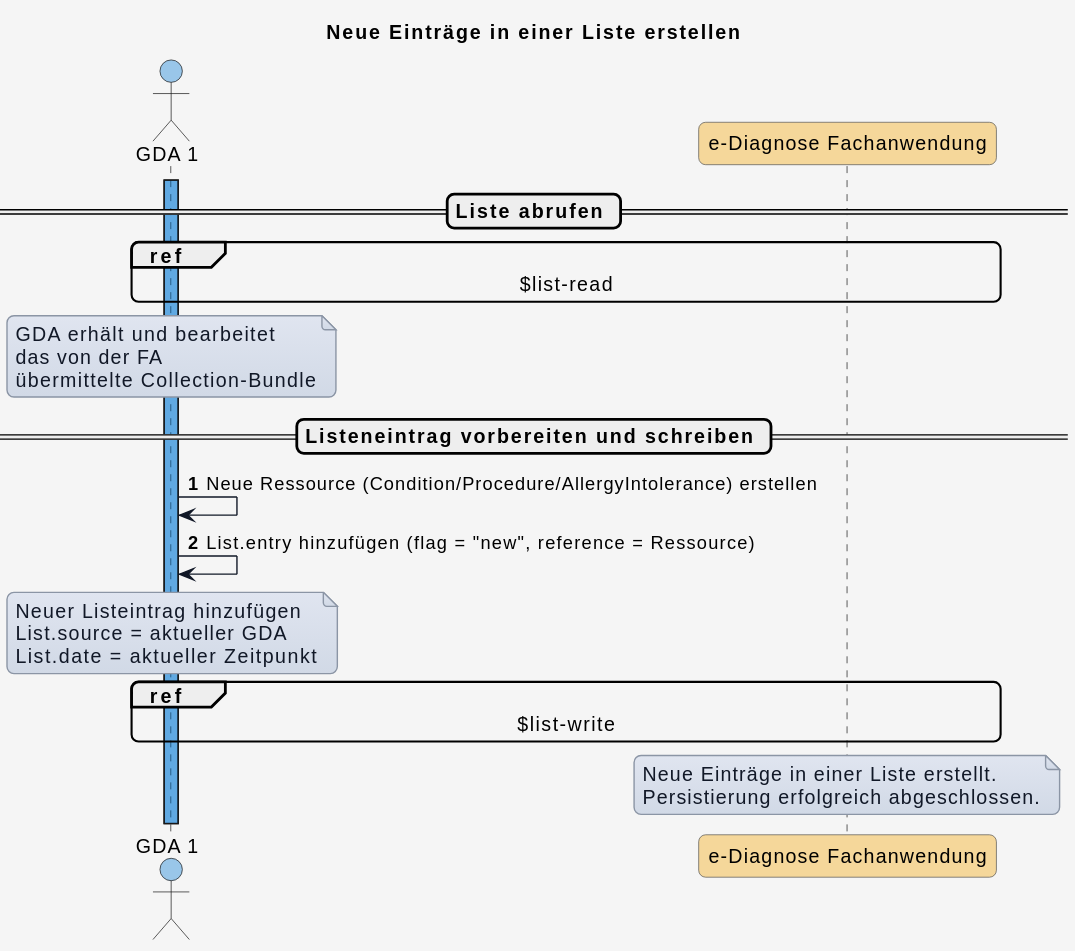
Before: input/images/plantuml/diagram_uc_06_02.svg, a diagram exported from PlantUML (HL7Austria/ELGA-e-Diagnose-R4).
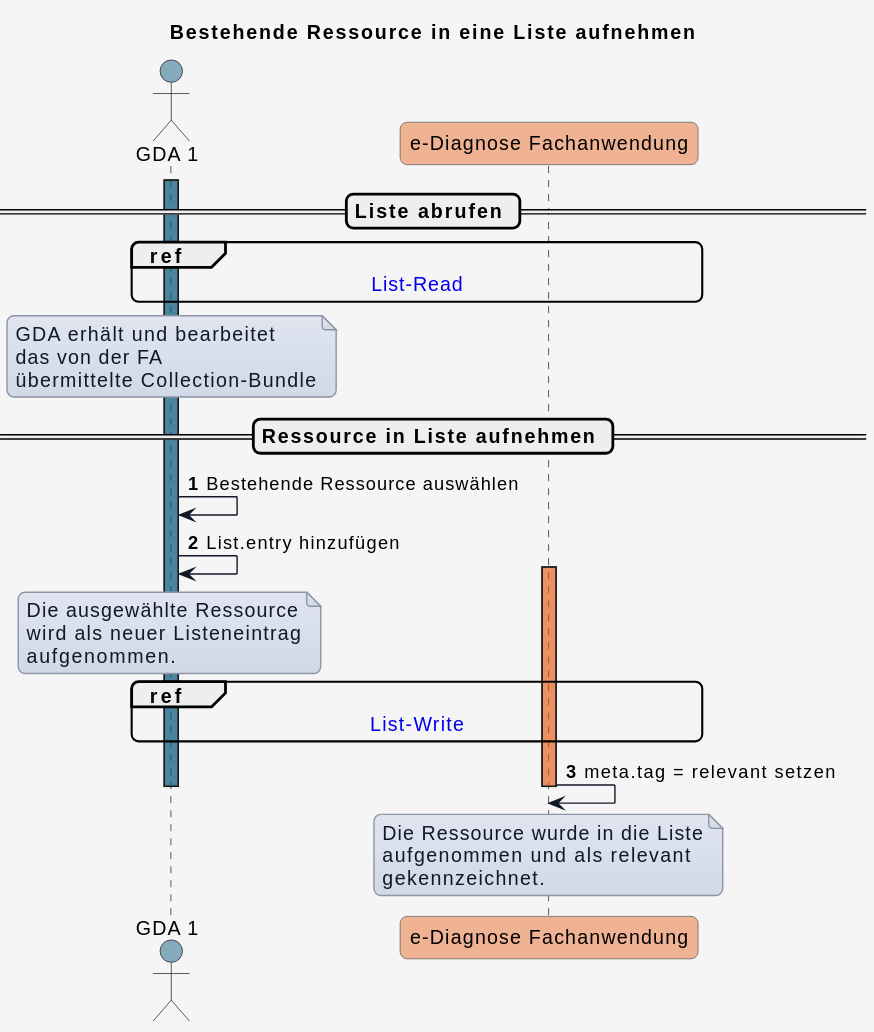
The same diagram one commit later.

The edit, as a diff of the source:
```diff
@@ -1,5 +1,5 @@
 @startuml
-title Neue Einträge in einer Liste erstellen
+title Bestehende Ressource in eine Liste aufnehmen
 
 skinparam borderColor #000000
 skinparam backgroundColor #f5f5f5
@@ -38,12 +38,11 @@
   GroupBorderThickness 2
 }
 
-!define COLOR_GDA_1    #0078D460
-!define COLOR_GDA_2    #8764B860
-!define COLOR_PATIENT  #00950560
-!define COLOR_APO      #00B7C360
-!define COLOR_DIAG_FA  #f5a40360
-!define COLOR_E_REZEPT #E7485660
+!define COLOR_GDA_1    #15608280
+!define COLOR_GDA_2    #96607D80
+!define COLOR_PATIENT  #196B2480
+!define COLOR_DIAG_FA  #E9713280
+
 
 !define COLOR_OK       #50E6FF25
 !define COLOR_ERROR    #FF8C0035
@@ -53,12 +52,11 @@
 
 autonumber
 
-
 == Liste abrufen ==
 
 activate GDA_1 COLOR_GDA_1
 
-ref over GDA_1, eDiag_FA : $list-read
+ref over GDA_1, eDiag_FA : [[interactions.html#$list-read List-Read]]
 
 note over GDA_1
 GDA erhält und bearbeitet
@@ -66,24 +64,31 @@
 übermittelte Collection-Bundle
 end note
 
-== Listeneintrag vorbereiten und schreiben ==
+== Ressource in Liste aufnehmen ==
 
-GDA_1 -> GDA_1: Neue Ressource (Condition/Procedure/AllergyIntolerance) erstellen
-GDA_1 -> GDA_1: List.entry hinzufügen (flag = "new", reference = Ressource)
+GDA_1 -> GDA_1: Bestehende Ressource auswählen
+GDA_1 -> GDA_1: List.entry hinzufügen
 
 
 note over GDA_1
-Neuer Listeintrag hinzufügen
-List.source = aktueller GDA
-List.date = aktueller Zeitpunkt
+Die ausgewählte Ressource
+wird als neuer Listeneintrag
+aufgenommen.
 end note
 
-ref over GDA_1, eDiag_FA : $list-write
+ref over GDA_1, eDiag_FA : [[interactions.html#$list-write List-Write]]
 
+activate eDiag_FA COLOR_DIAG_FA
+
+eDiag_FA -> eDiag_FA : meta.tag = relevant setzen
 
 
 note over eDiag_FA
-Neue Einträge in einer Liste erstellt.
-Persistierung erfolgreich abgeschlossen.
+Die Ressource wurde in die Liste
+aufgenommen und als relevant
+gekennzeichnet.
 end note
+
+deactivate eDiag_FA
+deactivate GDA_1
 @enduml
```
